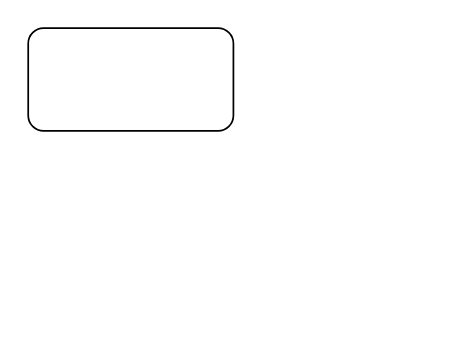
Before: 未命名绘图.drawio in huhawk/drawiofile, a draw.io diagram. Source tidied: cells renumbered, new cells numbered last; positions are measured from the earlier drawing's top-left corner, leaving out a move shared by most shapes. Both pictures are drawn from the tidied source at 171%, with x=0, y=0 at pixel (27, 27).
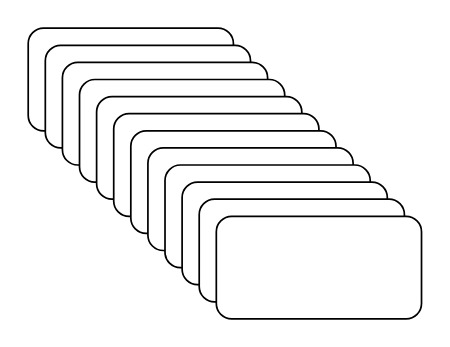
After the change.

Commit message (it also covers changes not shown here):
更新未命名绘图.drawio

Change to the diagram source:
```diff
@@
 <mxGraphModel>
   <root>
     <mxCell id="0" />
     <mxCell id="1" parent="0" />
     <mxCell id="2" style="rounded=1;whiteSpace=wrap;html=1;" parent="1" vertex="1">
       <mxGeometry width="120" height="60" as="geometry" />
     </mxCell>
+    <mxCell id="3" style="rounded=1;whiteSpace=wrap;html=1;" parent="1" vertex="1">
+      <mxGeometry x="10" y="10" width="120" height="60" as="geometry" />
+    </mxCell>
+    <mxCell id="4" style="rounded=1;whiteSpace=wrap;html=1;" parent="1" vertex="1">
+      <mxGeometry x="20" y="20" width="120" height="60" as="geometry" />
+    </mxCell>
+    <mxCell id="5" style="rounded=1;whiteSpace=wrap;html=1;" parent="1" vertex="1">
+      <mxGeometry x="30" y="30" width="120" height="60" as="geometry" />
+    </mxCell>
+    <mxCell id="6" style="rounded=1;whiteSpace=wrap;html=1;" parent="1" vertex="1">
+      <mxGeometry x="40" y="40" width="120" height="60" as="geometry" />
+    </mxCell>
+    <mxCell id="7" style="rounded=1;whiteSpace=wrap;html=1;" parent="1" vertex="1">
+      <mxGeometry x="50" y="50" width="120" height="60" as="geometry" />
+    </mxCell>
+    <mxCell id="8" style="rounded=1;whiteSpace=wrap;html=1;" parent="1" vertex="1">
+      <mxGeometry x="60" y="60" width="120" height="60" as="geometry" />
+    </mxCell>
+    <mxCell id="9" style="rounded=1;whiteSpace=wrap;html=1;" parent="1" vertex="1">
+      <mxGeometry x="70" y="70" width="120" height="60" as="geometry" />
+    </mxCell>
+    <mxCell id="10" style="rounded=1;whiteSpace=wrap;html=1;" parent="1" vertex="1">
+      <mxGeometry x="80" y="80" width="120" height="60" as="geometry" />
+    </mxCell>
+    <mxCell id="11" style="rounded=1;whiteSpace=wrap;html=1;" parent="1" vertex="1">
+      <mxGeometry x="90" y="90" width="120" height="60" as="geometry" />
+    </mxCell>
+    <mxCell id="12" style="rounded=1;whiteSpace=wrap;html=1;" parent="1" vertex="1">
+      <mxGeometry x="100" y="100" width="120" height="60" as="geometry" />
+    </mxCell>
+    <mxCell id="13" style="rounded=1;whiteSpace=wrap;html=1;" parent="1" vertex="1">
+      <mxGeometry x="110" y="110" width="120" height="60" as="geometry" />
+    </mxCell>
   </root>
 </mxGraphModel>
```
